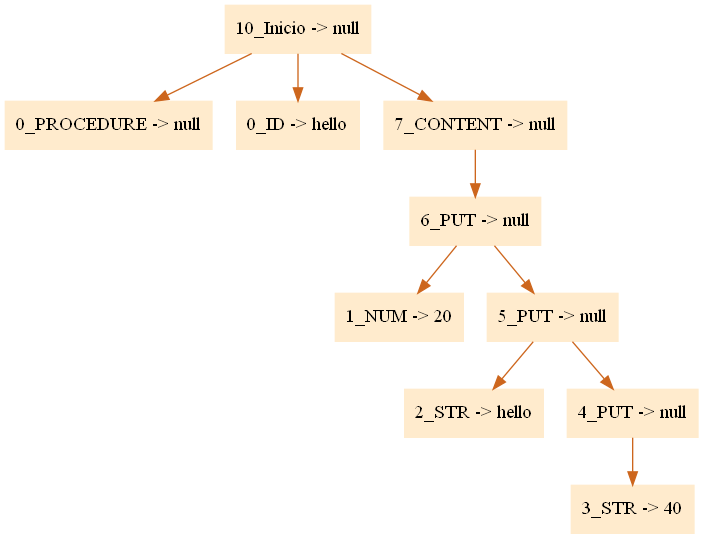
Above: CompiladorAda/arbol.png in FranciscoPagoaga/Ada95-Compiler (Graphviz), before the change. Its source is kept beside it as CompiladorAda/arbol.dot. The source it was exported from:
```dot
digraph G {node[shape=box, style=filled, color=blanchedalmond]; edge[color=chocolate3];rankdir=UD

"10_Inicio -> null"->"0_PROCEDURE -> null"
"10_Inicio -> null"->"0_ID -> hello"
"10_Inicio -> null"->"7_CONTENT -> null"
"7_CONTENT -> null"->"6_PUT -> null"
"6_PUT -> null"->"1_NUM -> 20"
"6_PUT -> null"->"5_PUT -> null"
"5_PUT -> null"->"2_STR -> hello"
"5_PUT -> null"->"4_PUT -> null"
"4_PUT -> null"->"3_STR -> 40"


}
```
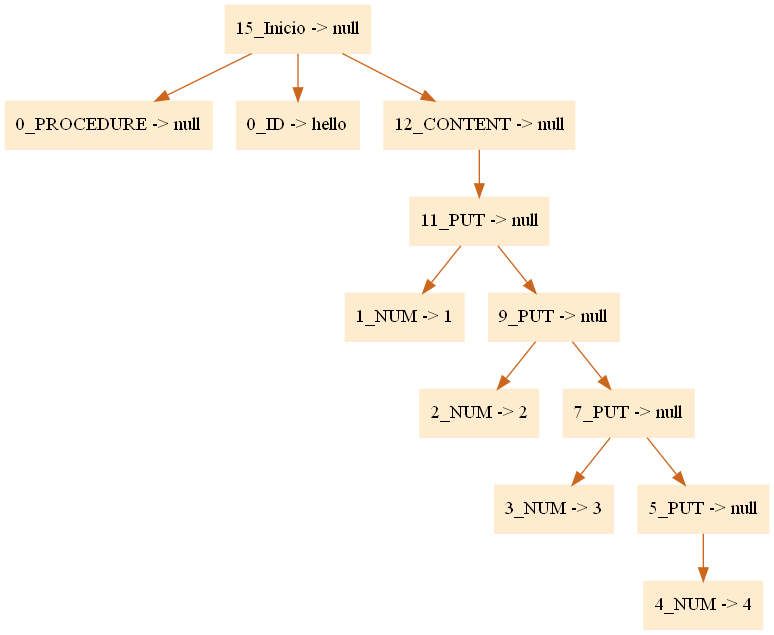
The same file after the commit.

Commit message:
arbol para PUT funcional

The edit, as a diff of the source:
```diff
@@ -1,14 +1,16 @@
 digraph G {node[shape=box, style=filled, color=blanchedalmond]; edge[color=chocolate3];rankdir=UD
 
-"10_Inicio -> null"->"0_PROCEDURE -> null"
-"10_Inicio -> null"->"0_ID -> hello"
-"10_Inicio -> null"->"7_CONTENT -> null"
-"7_CONTENT -> null"->"6_PUT -> null"
-"6_PUT -> null"->"1_NUM -> 20"
-"6_PUT -> null"->"5_PUT -> null"
-"5_PUT -> null"->"2_STR -> hello"
-"5_PUT -> null"->"4_PUT -> null"
-"4_PUT -> null"->"3_STR -> 40"
+"15_Inicio -> null"->"0_PROCEDURE -> null"
+"15_Inicio -> null"->"0_ID -> hello"
+"15_Inicio -> null"->"12_CONTENT -> null"
+"12_CONTENT -> null"->"11_PUT -> null"
+"11_PUT -> null"->"1_NUM -> 1"
+"11_PUT -> null"->"9_PUT -> null"
+"9_PUT -> null"->"2_NUM -> 2"
+"9_PUT -> null"->"7_PUT -> null"
+"7_PUT -> null"->"3_NUM -> 3"
+"7_PUT -> null"->"5_PUT -> null"
+"5_PUT -> null"->"4_NUM -> 4"
 
 
 }
```
